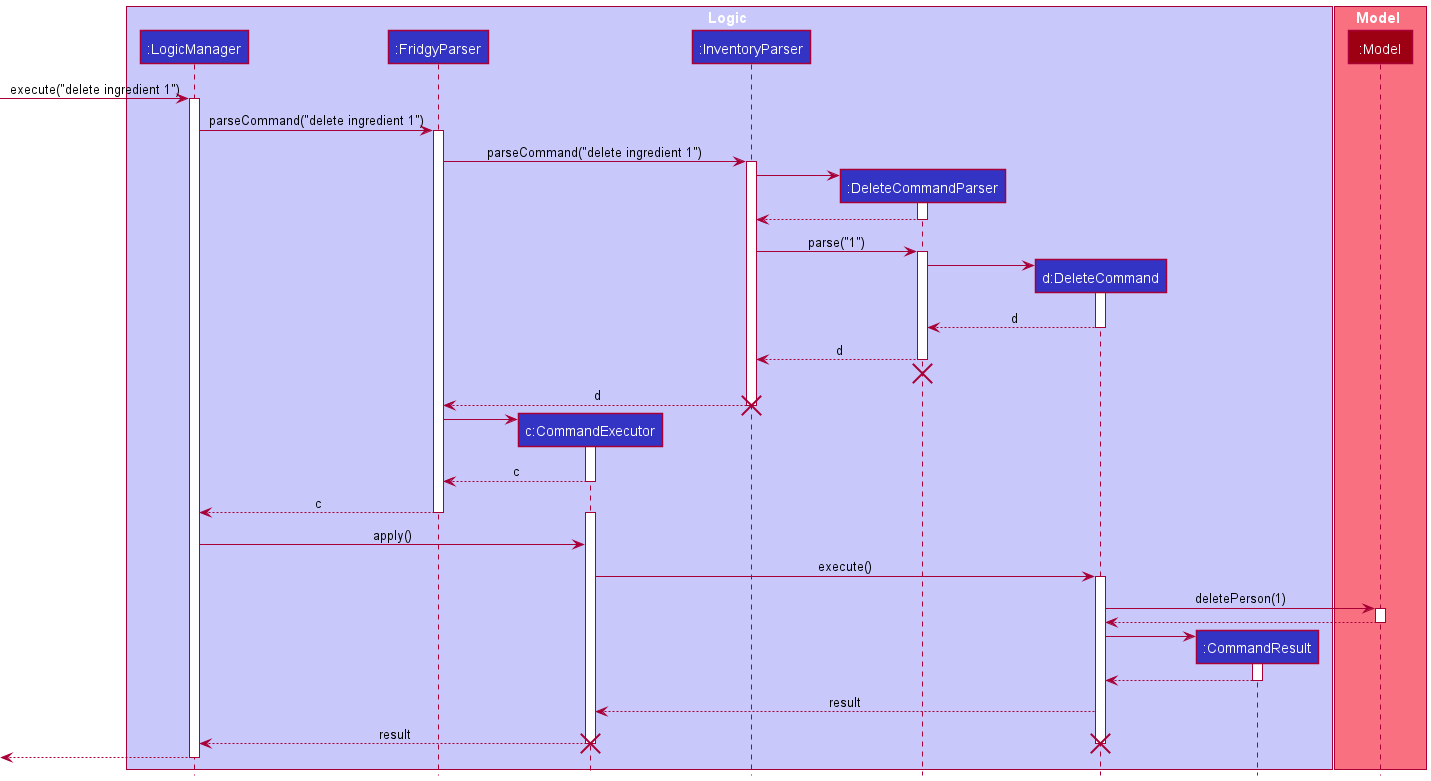
Above: docs/images/DeleteSequenceDiagram.png in pattan9955/tp (PlantUML), before the change.
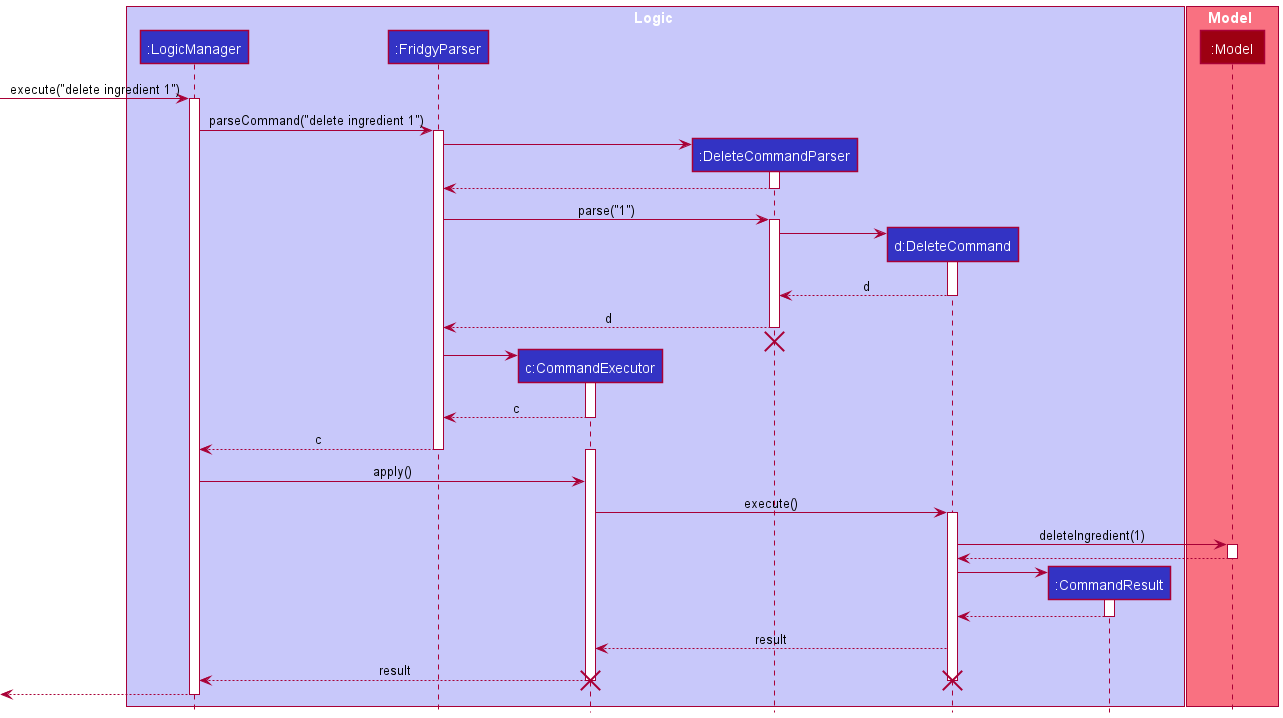
The same file after the commit.

Commit message:
Fix Delete sequence diagram

Diff of the diagram source:
```diff
@@ -5,11 +5,11 @@
 participant ":LogicManager" as LogicManager LOGIC_COLOR
 participant ":FridgyParser" as FridgyParser LOGIC_COLOR
 participant "c:CommandExecutor" as CommandExecutor LOGIC_COLOR
-participant ":InventoryParser" as InventoryParser LOGIC_COLOR
 participant ":DeleteCommandParser" as DeleteCommandParser LOGIC_COLOR
 participant "d:DeleteCommand" as DeleteCommand LOGIC_COLOR
 participant ":CommandResult" as CommandResult LOGIC_COLOR
 end box
+
 
 box Model MODEL_COLOR_T1
 participant ":Model" as Model MODEL_COLOR
@@ -21,17 +21,15 @@
 LogicManager -> FridgyParser : parseCommand("delete ingredient 1")
 activate FridgyParser
 
-FridgyParser -> InventoryParser : parseCommand("delete ingredient 1")
-activate InventoryParser
 
 create DeleteCommandParser
-InventoryParser -> DeleteCommandParser
+FridgyParser -> DeleteCommandParser
 activate DeleteCommandParser
 
-DeleteCommandParser --> InventoryParser
+DeleteCommandParser --> FridgyParser
 deactivate DeleteCommandParser
 
-InventoryParser -> DeleteCommandParser : parse("1")
+FridgyParser -> DeleteCommandParser : parse("1")
 activate DeleteCommandParser
 
 create DeleteCommand
@@ -41,14 +39,11 @@
 DeleteCommand --> DeleteCommandParser : d
 deactivate DeleteCommand
 
-DeleteCommandParser --> InventoryParser : d
+DeleteCommandParser --> FridgyParser : d
 deactivate DeleteCommandParser
-DeleteCommandParser -[hidden]-> InventoryParser
+DeleteCommandParser -[hidden]-> FridgyParser
 destroy DeleteCommandParser
 
-InventoryParser --> FridgyParser : d
-deactivate InventoryParser
-destroy InventoryParser
 
 create CommandExecutor
 FridgyParser -> CommandExecutor
@@ -58,14 +53,13 @@
 
 FridgyParser --> LogicManager : c
 deactivate FridgyParser
-deactivate InventoryParser
 
 activate CommandExecutor
 LogicManager -> CommandExecutor : apply()
 CommandExecutor -> DeleteCommand : execute()
 activate DeleteCommand
 
-DeleteCommand -> Model : deletePerson(1)
+DeleteCommand -> Model : deleteIngredient(1)
 activate Model
 
 Model --> DeleteCommand
```
